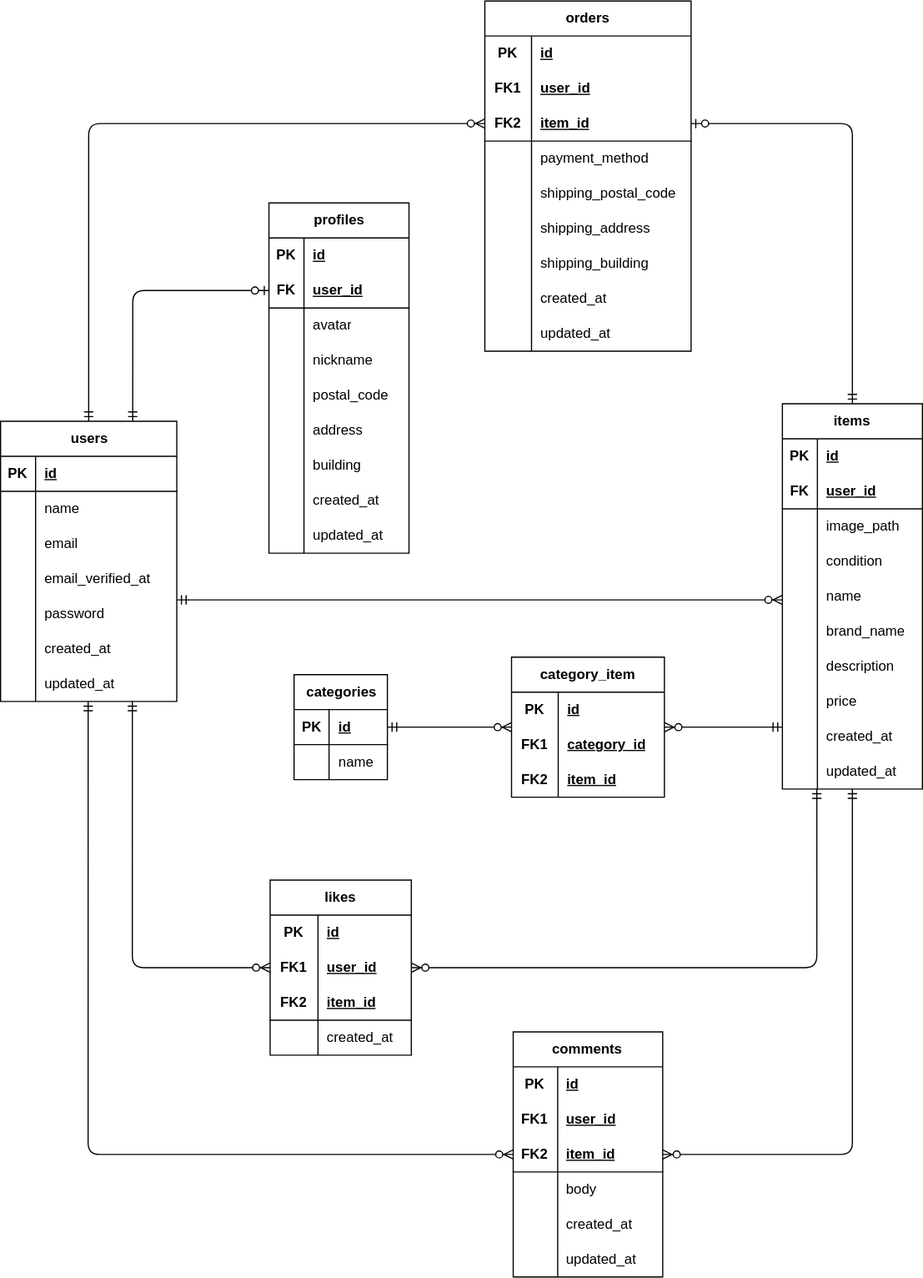
sangwon-lee302/flea-market keeps this draw.io diagram as database-design.drawio.svg. Above is the earlier version. Source tidied: cells renumbered, new cells last; positions are measured from the earlier drawing's top-left corner, leaving out a move shared by most shapes.
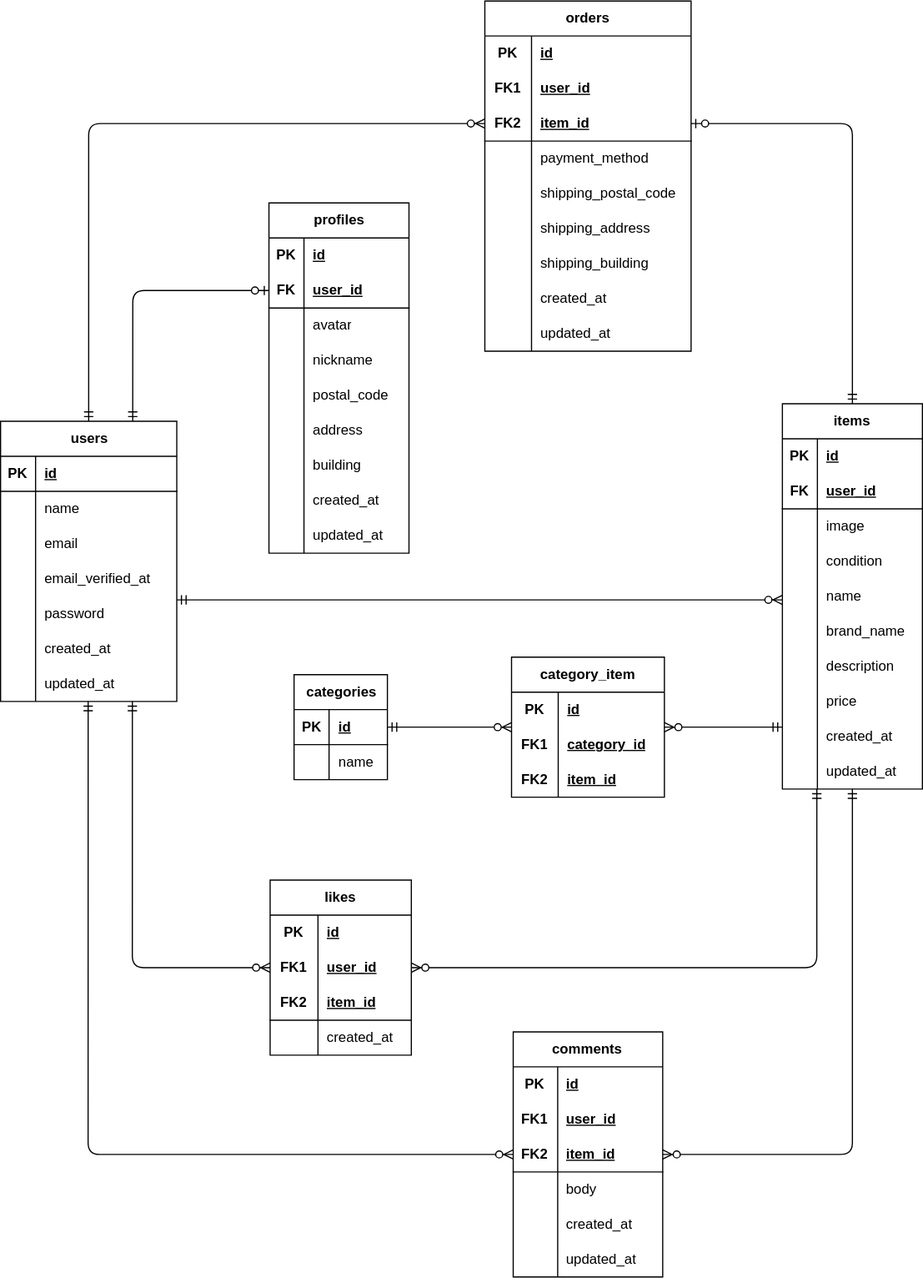
Above is the later version.

Commit message:
refactor: rename image_path column at items table

The edit, as a diff of the source:
```diff
@@ -116,7 +116,7 @@
     <mxCell id="39" style="shape=partialRectangle;fillColor=none;top=0;left=0;bottom=0;right=0;fontStyle=1;overflow=hidden;html=1;whiteSpace=wrap;" parent="38" vertex="1">
       <mxGeometry width="30" height="30" as="geometry" />
     </mxCell>
-    <mxCell id="40" value="image_path" style="shape=partialRectangle;fillColor=none;top=0;left=0;bottom=0;right=0;align=left;spacingLeft=6;fontStyle=0;overflow=hidden;html=1;whiteSpace=wrap;" parent="38" vertex="1">
+    <mxCell id="40" value="image" style="shape=partialRectangle;fillColor=none;top=0;left=0;bottom=0;right=0;align=left;spacingLeft=6;fontStyle=0;overflow=hidden;html=1;whiteSpace=wrap;" parent="38" vertex="1">
       <mxGeometry x="30" width="90" height="30" as="geometry" />
     </mxCell>
     <mxCell id="41" style="shape=tableRow;horizontal=0;startSize=0;swimlaneHead=0;swimlaneBody=0;fillColor=none;top=0;left=0;right=0;bottom=0;html=1;" parent="31" vertex="1">
```
